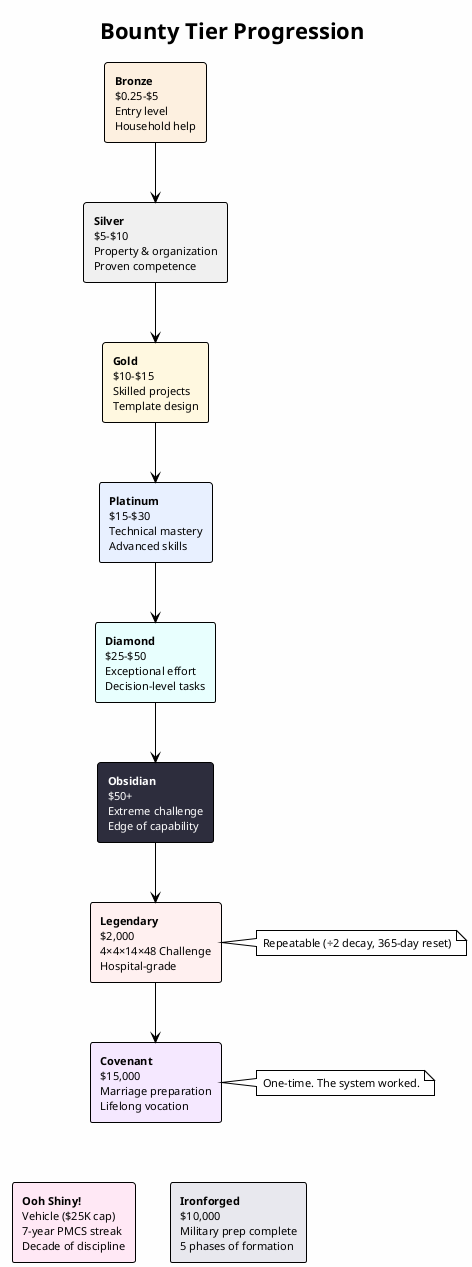
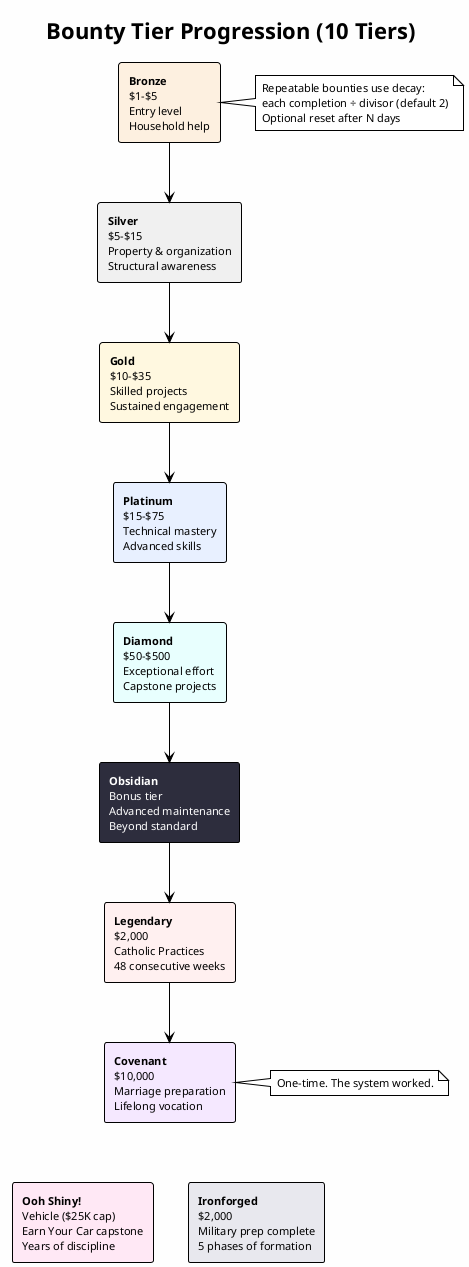
@startuml bounty_tiers
!theme plain
skinparam backgroundColor #FEFEFE
skinparam defaultFontSize 11

- title Bounty Tier Progression
+ title Bounty Tier Progression (10 Tiers)

- rectangle "**Bronze**\n$0.25–$5\nEntry level\nHousehold help" as bronze #FDF0E0
- rectangle "**Silver**\n$5–$10\nProperty & organization\nProven competence" as silver #F0F0F0
- rectangle "**Gold**\n$10–$15\nSkilled projects\nTemplate design" as gold #FFF8E0
- rectangle "**Platinum**\n$15–$30\nTechnical mastery\nAdvanced skills" as platinum #E8F0FF
- rectangle "**Diamond**\n$25–$50\nExceptional effort\nDecision-level tasks" as diamond #E8FFFE
- rectangle "**Obsidian**\n$50+\nExtreme challenge\nEdge of capability" as obsidian #2D2D3D;text:white
- rectangle "**Legendary**\n$2,000\n4×4×14×48 Challenge\nHospital-grade" as legendary #FFF0F0
- rectangle "**Covenant**\n$15,000\nMarriage preparation\nLifelong vocation" as covenant #F5E8FF
- rectangle "**Ooh Shiny!**\nVehicle ($25K cap)\n7-year PMCS streak\nDecade of discipline" as shiny #FFE8F5
- rectangle "**Ironforged**\n$10,000\nMilitary prep complete\n5 phases of formation" as iron #E8E8EE
+ rectangle "**Bronze**\n$1–$5\nEntry level\nHousehold help" as bronze #FDF0E0
+ rectangle "**Silver**\n$5–$15\nProperty & organization\nStructural awareness" as silver #F0F0F0
+ rectangle "**Gold**\n$10–$35\nSkilled projects\nSustained engagement" as gold #FFF8E0
+ rectangle "**Platinum**\n$15–$75\nTechnical mastery\nAdvanced skills" as platinum #E8F0FF
+ rectangle "**Diamond**\n$50–$500\nExceptional effort\nCapstone projects" as diamond #E8FFFE
+ rectangle "**Obsidian**\nBonus tier\nAdvanced maintenance\nBeyond standard" as obsidian #2D2D3D;text:white
+ rectangle "**Legendary**\n$2,000\nCatholic Practices\n48 consecutive weeks" as legendary #FFF0F0
+ rectangle "**Covenant**\n$10,000\nMarriage preparation\nLifelong vocation" as covenant #F5E8FF
+ rectangle "**Ooh Shiny!**\nVehicle ($25K cap)\nEarn Your Car capstone\nYears of discipline" as shiny #FFE8F5
+ rectangle "**Ironforged**\n$2,000\nMilitary prep complete\n5 phases of formation" as iron #E8E8EE

bronze --> silver
silver --> gold
gold --> platinum
platinum --> diamond
diamond --> obsidian
obsidian --> legendary
legendary --> covenant
covenant -[hidden]-> shiny
covenant -[hidden]-> iron

- note right of legendary
-   Repeatable (÷2 decay, 365-day reset)
+ note right of bronze
+   Repeatable bounties use decay:
+   each completion ÷ divisor (default 2)
+   Optional reset after N days
end note

note right of covenant
  One-time. The system worked.
end note
@enduml
